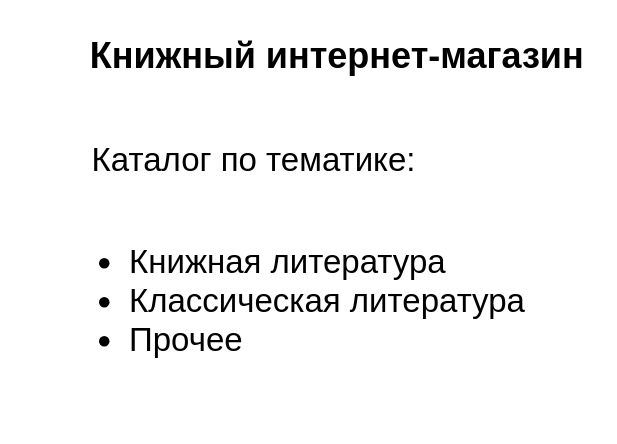
Above: page "it_books" (1 of 2) of Учебный книжный интернет магазин.drawio in paparomaru/Diagrams (draw.io), before the change. Source tidied: cells renumbered, new cells numbered last; positions are measured from the earlier drawing's top-left corner, leaving out a move shared by most shapes. Both pictures are drawn from the tidied source at 150%, with x=0, y=0 at pixel (36, 26).
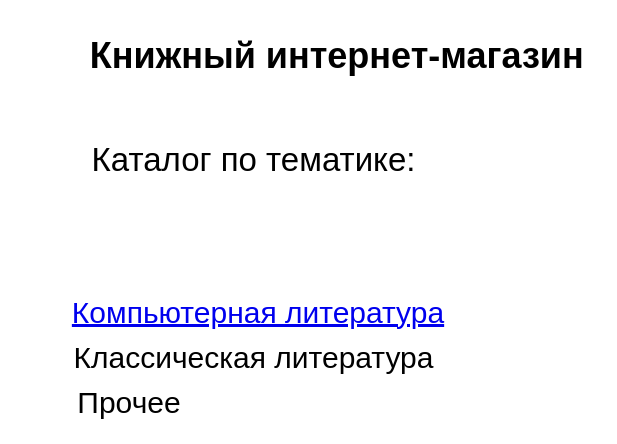
After the change.

Change to the diagram source:
```diff
@@
 <mxGraphModel background="#ffffff">
   <root>
     <mxCell id="0" />
     <mxCell id="1" parent="0" />
     <mxCell id="2" value="Книжный интернет-магазин" style="text;strokeColor=none;fillColor=none;html=1;fontSize=24;fontStyle=1;verticalAlign=middle;align=center;" parent="1" vertex="1">
       <mxGeometry x="150" width="100" height="40" as="geometry" />
     </mxCell>
-    <mxCell id="3" value="&lt;ul style=&quot;font-size: 22px;&quot;&gt;&lt;li style=&quot;font-size: 22px;&quot;&gt;Книжная литература&lt;/li&gt;&lt;li style=&quot;font-size: 22px;&quot;&gt;Классическая литература&lt;/li&gt;&lt;li style=&quot;font-size: 22px;&quot;&gt;Прочее&lt;/li&gt;&lt;/ul&gt;" style="text;strokeColor=none;fillColor=none;html=1;whiteSpace=wrap;verticalAlign=middle;overflow=hidden;fontSize=22;" parent="1" vertex="1">
-      <mxGeometry x="20" y="120" width="350" height="110" as="geometry" />
-    </mxCell>
     <mxCell id="4" value="Каталог по тематике:" style="text;html=1;strokeColor=none;fillColor=none;align=center;verticalAlign=middle;whiteSpace=wrap;rounded=0;fontSize=22;" parent="1" vertex="1">
       <mxGeometry y="80" width="290" height="20" as="geometry" />
     </mxCell>
+    <mxCell id="5" value="Компьютерная литература" style="text;html=1;strokeColor=none;fillColor=none;whiteSpace=wrap;align=center;verticalAlign=middle;fontColor=#0000EE;fontStyle=4;fontSize=20;" parent="1" vertex="1">
+      <mxGeometry x="-7" y="170" width="310" height="40" as="geometry" />
+    </mxCell>
+    <mxCell id="6" value="Классическая литература" style="text;html=1;strokeColor=none;fillColor=none;align=center;verticalAlign=middle;whiteSpace=wrap;rounded=0;fontSize=20;" parent="1" vertex="1">
+      <mxGeometry y="210" width="290" height="20" as="geometry" />
+    </mxCell>
+    <mxCell id="7" value="Прочее" style="text;html=1;strokeColor=none;fillColor=none;align=center;verticalAlign=middle;whiteSpace=wrap;rounded=0;fontSize=20;" parent="1" vertex="1">
+      <mxGeometry x="42" y="240" width="40" height="20" as="geometry" />
+    </mxCell>
   </root>
 </mxGraphModel>
```
